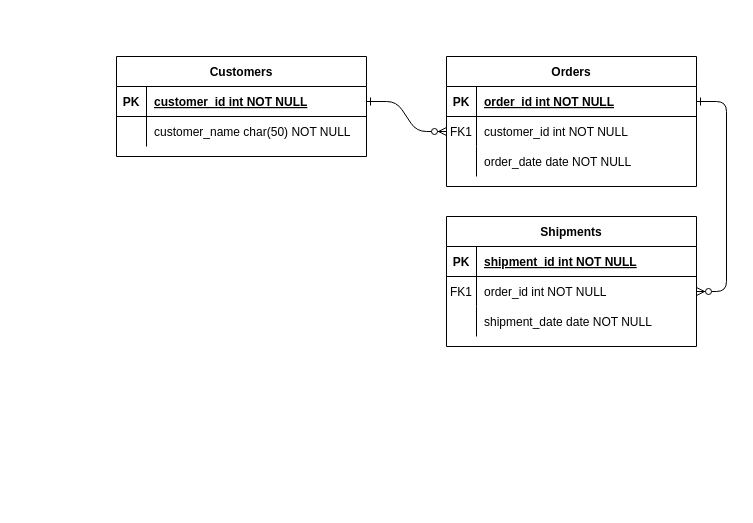
This is Untitled Diagram.drawio from khiru27/UM-stuff, a draw.io file, before an edit. Source tidied: cells renumbered, new cells numbered last; positions are measured from the earlier drawing's top-left corner, leaving out a move shared by most shapes. Both pictures are drawn from the tidied source at 100%, with x=0, y=0 at pixel (116, 56).
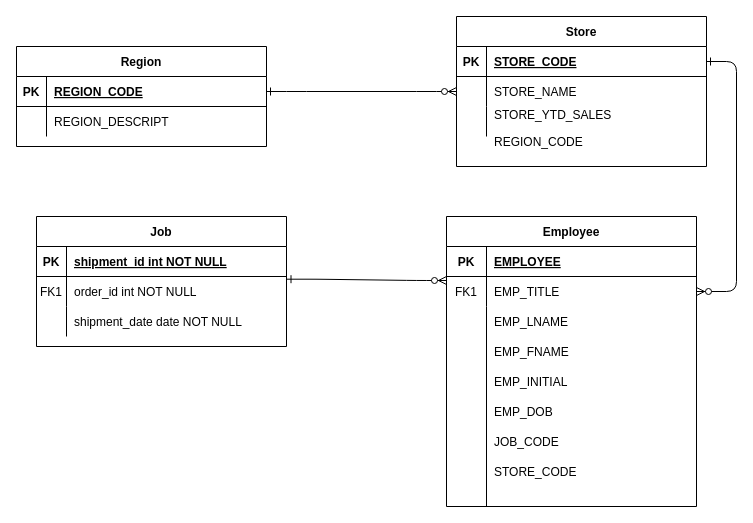
The same diagram, later.

Commit message:
tutorial 3 database

The change refers to these unchanged cells:
```xml
<mxCell id="5" style="shape=partialRectangle;fillColor=none;points=[[0,0.5],[1,0.5]];portConstraint=eastwest;top=0;left=0;right=0;bottom=1;" parent="4" vertex="1">
  <mxGeometry y="30" width="250" height="30" as="geometry" />
</mxCell>
<mxCell id="8" style="shape=partialRectangle;fillColor=none;points=[[0,0.5],[1,0.5]];portConstraint=eastwest;top=0;left=0;right=0;bottom=0;" parent="4" vertex="1">
  <mxGeometry y="60" width="250" height="30" as="geometry" />
</mxCell>
<mxCell id="11" style="shape=partialRectangle;fillColor=none;top=0;left=0;right=0;bottom=0;" parent="4" vertex="1">
  <mxGeometry y="90" width="250" height="30" as="geometry" />
</mxCell>
<mxCell id="15" style="shape=partialRectangle;fillColor=none;top=0;left=0;right=0;bottom=1;" parent="14" vertex="1">
  <mxGeometry y="30" width="250" height="30" as="geometry" />
</mxCell>
<mxCell id="18" style="shape=partialRectangle;fillColor=none;points=[[0,0.5],[1,0.5]];portConstraint=eastwest;top=0;left=0;right=0;bottom=0;" parent="14" vertex="1">
  <mxGeometry y="60" width="250" height="30" as="geometry" />
</mxCell>
<mxCell id="25" style="shape=partialRectangle;fillColor=none;points=[[0,0.5],[1,0.5]];portConstraint=eastwest;top=0;left=0;right=0;bottom=1;" parent="24" vertex="1">
  <mxGeometry y="30" width="250" height="30" as="geometry" />
</mxCell>
<mxCell id="28" style="shape=partialRectangle;fillColor=none;top=0;left=0;right=0;bottom=0;" parent="24" vertex="1">
  <mxGeometry y="60" width="250" height="30" as="geometry" />
</mxCell>
```

Diff of the diagram source:
```diff
@@
-    <mxCell id="4" value="Orders" style="shape=table;startSize=30;childLayout=tableLayout;rowLines=0;fontStyle=1;align=center;" parent="1" vertex="1">
-      <mxGeometry x="330" width="250" height="130" as="geometry" />
+    <mxCell id="4" value="Store" style="shape=table;startSize=30;childLayout=tableLayout;rowLines=0;fontStyle=1;align=center;" parent="1" vertex="1">
+      <mxGeometry x="340" y="-40" width="250" height="150" as="geometry" />
     </mxCell>
@@
-    <mxCell id="7" value="order_id int NOT NULL " style="shape=partialRectangle;overflow=hidden;fillColor=none;top=0;left=0;bottom=0;right=0;align=left;spacingLeft=6;fontStyle=5;" parent="5" vertex="1">
+    <mxCell id="7" value="STORE_CODE" style="shape=partialRectangle;overflow=hidden;fillColor=none;top=0;left=0;bottom=0;right=0;align=left;spacingLeft=6;fontStyle=5;" parent="5" vertex="1">
       <mxGeometry x="30" width="220" height="30" as="geometry" />
     </mxCell>
@@
-    <mxCell id="9" value="FK1" style="shape=partialRectangle;overflow=hidden;fillColor=none;top=0;left=0;bottom=0;right=0;" parent="8" vertex="1">
+    <mxCell id="9" style="shape=partialRectangle;overflow=hidden;fillColor=none;top=0;left=0;bottom=0;right=0;" parent="8" vertex="1">
       <mxGeometry width="30" height="30" as="geometry" />
     </mxCell>
-    <mxCell id="10" value="customer_id int NOT NULL" style="shape=partialRectangle;overflow=hidden;fillColor=none;top=0;left=0;bottom=0;right=0;align=left;spacingLeft=6;" parent="8" vertex="1">
+    <mxCell id="10" value="STORE_NAME" style="shape=partialRectangle;overflow=hidden;fillColor=none;top=0;left=0;bottom=0;right=0;align=left;spacingLeft=6;" parent="8" vertex="1">
       <mxGeometry x="30" width="220" height="30" as="geometry" />
     </mxCell>
@@
-    <mxCell id="13" value="order_date date NOT NULL" style="shape=partialRectangle;overflow=hidden;fillColor=none;top=0;left=0;bottom=0;right=0;align=left;spacingLeft=6;" parent="11" vertex="1">
+    <mxCell id="13" value="STORE_YTD_SALES&#10;" style="shape=partialRectangle;overflow=hidden;fillColor=none;top=0;left=0;bottom=0;right=0;align=left;spacingLeft=6;" parent="11" vertex="1">
       <mxGeometry x="30" width="220" height="30" as="geometry" />
     </mxCell>
-    <mxCell id="14" value="Shipments" style="shape=table;startSize=30;childLayout=tableLayout;rowLines=0;fontStyle=1;align=center;" parent="1" vertex="1">
-      <mxGeometry x="330" y="160" width="250" height="130" as="geometry" />
+    <mxCell id="14" value="Employee" style="shape=table;startSize=30;childLayout=tableLayout;rowLines=0;fontStyle=1;align=center;" parent="1" vertex="1">
+      <mxGeometry x="330" y="160" width="250" height="290" as="geometry" />
     </mxCell>
@@
     <mxCell id="16" value="PK" style="shape=partialRectangle;overflow=hidden;fillColor=none;top=0;left=0;bottom=0;right=0;fontStyle=1;" parent="15" vertex="1">
-      <mxGeometry width="30" height="30" as="geometry" />
+      <mxGeometry width="40" height="30" as="geometry" />
     </mxCell>
-    <mxCell id="17" value="shipment_id int NOT NULL " style="shape=partialRectangle;overflow=hidden;fillColor=none;top=0;left=0;bottom=0;right=0;align=left;spacingLeft=6;fontStyle=5;" parent="15" vertex="1">
-      <mxGeometry x="30" width="220" height="30" as="geometry" />
+    <mxCell id="17" value="EMPLOYEE" style="shape=partialRectangle;overflow=hidden;fillColor=none;top=0;left=0;bottom=0;right=0;align=left;spacingLeft=6;fontStyle=5;" parent="15" vertex="1">
+      <mxGeometry x="40" width="210" height="30" as="geometry" />
     </mxCell>
@@
     <mxCell id="19" value="FK1" style="shape=partialRectangle;overflow=hidden;fillColor=none;top=0;left=0;bottom=0;right=0;" parent="18" vertex="1">
-      <mxGeometry width="30" height="30" as="geometry" />
+      <mxGeometry width="40" height="30" as="geometry" />
     </mxCell>
-    <mxCell id="20" value="order_id int NOT NULL" style="shape=partialRectangle;overflow=hidden;fillColor=none;top=0;left=0;bottom=0;right=0;align=left;spacingLeft=6;" parent="18" vertex="1">
-      <mxGeometry x="30" width="220" height="30" as="geometry" />
+    <mxCell id="20" value="EMP_TITLE" style="shape=partialRectangle;overflow=hidden;fillColor=none;top=0;left=0;bottom=0;right=0;align=left;spacingLeft=6;" parent="18" vertex="1">
+      <mxGeometry x="40" width="210" height="30" as="geometry" />
     </mxCell>
     <mxCell id="21" style="shape=partialRectangle;fillColor=none;top=0;left=0;right=0;bottom=0;" parent="14" vertex="1">
-      <mxGeometry y="90" width="250" height="30" as="geometry" />
+      <mxGeometry y="90" width="250" height="200" as="geometry" />
     </mxCell>
     <mxCell id="22" style="shape=partialRectangle;overflow=hidden;fillColor=none;top=0;left=0;bottom=0;right=0;" parent="21" vertex="1">
-      <mxGeometry width="30" height="30" as="geometry" />
+      <mxGeometry width="40" height="200" as="geometry" />
     </mxCell>
-    <mxCell id="23" value="shipment_date date NOT NULL" style="shape=partialRectangle;overflow=hidden;fillColor=none;top=0;left=0;bottom=0;right=0;align=left;spacingLeft=6;" parent="21" vertex="1">
-      <mxGeometry x="30" width="220" height="30" as="geometry" />
+    <mxCell id="23" style="shape=partialRectangle;overflow=hidden;fillColor=none;top=0;left=0;bottom=0;right=0;align=left;spacingLeft=6;" parent="21" vertex="1">
+      <mxGeometry x="40" width="210" height="200" as="geometry" />
     </mxCell>
-    <mxCell id="24" value="Customers" style="shape=table;startSize=30;childLayout=tableLayout;rowLines=0;fontStyle=1;align=center;" parent="1" vertex="1">
-      <mxGeometry width="250" height="100" as="geometry" />
+    <mxCell id="24" value="Region" style="shape=table;startSize=30;childLayout=tableLayout;rowLines=0;fontStyle=1;align=center;" parent="1" vertex="1">
+      <mxGeometry x="-100" y="-10" width="250" height="100" as="geometry" />
     </mxCell>
@@
-    <mxCell id="27" value="customer_id int NOT NULL " style="shape=partialRectangle;overflow=hidden;fillColor=none;top=0;left=0;bottom=0;right=0;align=left;spacingLeft=6;fontStyle=5;" parent="25" vertex="1">
+    <mxCell id="27" value="REGION_CODE" style="shape=partialRectangle;overflow=hidden;fillColor=none;top=0;left=0;bottom=0;right=0;align=left;spacingLeft=6;fontStyle=5;" parent="25" vertex="1">
       <mxGeometry x="30" width="220" height="30" as="geometry" />
     </mxCell>
@@
-    <mxCell id="30" value="customer_name char(50) NOT NULL" style="shape=partialRectangle;overflow=hidden;fillColor=none;top=0;left=0;bottom=0;right=0;align=left;spacingLeft=6;" parent="28" vertex="1">
+    <mxCell id="30" value="REGION_DESCRIPT" style="shape=partialRectangle;overflow=hidden;fillColor=none;top=0;left=0;bottom=0;right=0;align=left;spacingLeft=6;" parent="28" vertex="1">
       <mxGeometry x="30" width="220" height="30" as="geometry" />
     </mxCell>
+    <mxCell id="31" value="Job" style="shape=table;startSize=30;childLayout=tableLayout;rowLines=0;fontStyle=1;align=center;" parent="1" vertex="1">
+      <mxGeometry x="-80" y="160" width="250" height="130" as="geometry" />
+    </mxCell>
+    <mxCell id="32" style="shape=partialRectangle;fillColor=none;top=0;left=0;right=0;bottom=1;" parent="31" vertex="1">
+      <mxGeometry y="30" width="250" height="30" as="geometry" />
+    </mxCell>
+    <mxCell id="33" value="PK" style="shape=partialRectangle;overflow=hidden;fillColor=none;top=0;left=0;bottom=0;right=0;fontStyle=1;" parent="32" vertex="1">
+      <mxGeometry width="30" height="30" as="geometry" />
+    </mxCell>
+    <mxCell id="34" value="shipment_id int NOT NULL " style="shape=partialRectangle;overflow=hidden;fillColor=none;top=0;left=0;bottom=0;right=0;align=left;spacingLeft=6;fontStyle=5;" parent="32" vertex="1">
+      <mxGeometry x="30" width="220" height="30" as="geometry" />
+    </mxCell>
+    <mxCell id="35" style="shape=partialRectangle;fillColor=none;points=[[0,0.5],[1,0.5]];portConstraint=eastwest;top=0;left=0;right=0;bottom=0;" parent="31" vertex="1">
+      <mxGeometry y="60" width="250" height="30" as="geometry" />
+    </mxCell>
+    <mxCell id="36" value="FK1" style="shape=partialRectangle;overflow=hidden;fillColor=none;top=0;left=0;bottom=0;right=0;" parent="35" vertex="1">
+      <mxGeometry width="30" height="30" as="geometry" />
+    </mxCell>
+    <mxCell id="37" value="order_id int NOT NULL" style="shape=partialRectangle;overflow=hidden;fillColor=none;top=0;left=0;bottom=0;right=0;align=left;spacingLeft=6;" parent="35" vertex="1">
+      <mxGeometry x="30" width="220" height="30" as="geometry" />
+    </mxCell>
+    <mxCell id="38" style="shape=partialRectangle;fillColor=none;top=0;left=0;right=0;bottom=0;" parent="31" vertex="1">
+      <mxGeometry y="90" width="250" height="30" as="geometry" />
+    </mxCell>
+    <mxCell id="39" style="shape=partialRectangle;overflow=hidden;fillColor=none;top=0;left=0;bottom=0;right=0;" parent="38" vertex="1">
+      <mxGeometry width="30" height="30" as="geometry" />
+    </mxCell>
+    <mxCell id="40" value="shipment_date date NOT NULL" style="shape=partialRectangle;overflow=hidden;fillColor=none;top=0;left=0;bottom=0;right=0;align=left;spacingLeft=6;" parent="38" vertex="1">
+      <mxGeometry x="30" width="220" height="30" as="geometry" />
+    </mxCell>
+    <mxCell id="41" style="edgeStyle=entityRelationEdgeStyle;endArrow=ERzeroToMany;startArrow=ERone;endFill=1;startFill=0;exitX=1.002;exitY=0.09;exitDx=0;exitDy=0;exitPerimeter=0;entryX=0;entryY=0.133;entryDx=0;entryDy=0;entryPerimeter=0;" parent="1" edge="1" source="35" target="18">
+      <mxGeometry relative="1" as="geometry" />
+    </mxCell>
+    <mxCell id="42" style="shape=partialRectangle;fillColor=none;top=0;left=0;right=0;bottom=0;" parent="1" vertex="1">
+      <mxGeometry x="340" y="70" width="250" height="30" as="geometry" />
+    </mxCell>
+    <mxCell id="43" style="shape=partialRectangle;overflow=hidden;fillColor=none;top=0;left=0;bottom=0;right=0;" parent="42" vertex="1">
+      <mxGeometry width="30" height="30" as="geometry" />
+    </mxCell>
+    <mxCell id="44" value="REGION_CODE" style="shape=partialRectangle;overflow=hidden;fillColor=none;top=0;left=0;bottom=0;right=0;align=left;spacingLeft=6;" parent="42" vertex="1">
+      <mxGeometry x="30" width="220" height="30" as="geometry" />
+    </mxCell>
+    <mxCell id="45" value="EMP_FNAME" style="shape=partialRectangle;overflow=hidden;fillColor=none;top=0;left=0;bottom=0;right=0;align=left;spacingLeft=6;" parent="1" vertex="1">
+      <mxGeometry x="370" y="280" width="220" height="30" as="geometry" />
+    </mxCell>
+    <mxCell id="46" value="EMP_INITIAL" style="shape=partialRectangle;overflow=hidden;fillColor=none;top=0;left=0;bottom=0;right=0;align=left;spacingLeft=6;" parent="1" vertex="1">
+      <mxGeometry x="370" y="310" width="220" height="30" as="geometry" />
+    </mxCell>
+    <mxCell id="47" value="EMP_DOB" style="shape=partialRectangle;overflow=hidden;fillColor=none;top=0;left=0;bottom=0;right=0;align=left;spacingLeft=6;" parent="1" vertex="1">
+      <mxGeometry x="370" y="340" width="220" height="30" as="geometry" />
+    </mxCell>
+    <mxCell id="48" value="JOB_CODE" style="shape=partialRectangle;overflow=hidden;fillColor=none;top=0;left=0;bottom=0;right=0;align=left;spacingLeft=6;" parent="1" vertex="1">
+      <mxGeometry x="370" y="370" width="220" height="30" as="geometry" />
+    </mxCell>
+    <mxCell id="49" value="STORE_CODE" style="shape=partialRectangle;overflow=hidden;fillColor=none;top=0;left=0;bottom=0;right=0;align=left;spacingLeft=6;" parent="1" vertex="1">
+      <mxGeometry x="370" y="400" width="220" height="30" as="geometry" />
+    </mxCell>
+    <mxCell id="50" value="EMP_LNAME" style="shape=partialRectangle;overflow=hidden;fillColor=none;top=0;left=0;bottom=0;right=0;align=left;spacingLeft=6;" parent="1" vertex="1">
+      <mxGeometry x="370" y="250" width="220" height="30" as="geometry" />
+    </mxCell>
```
